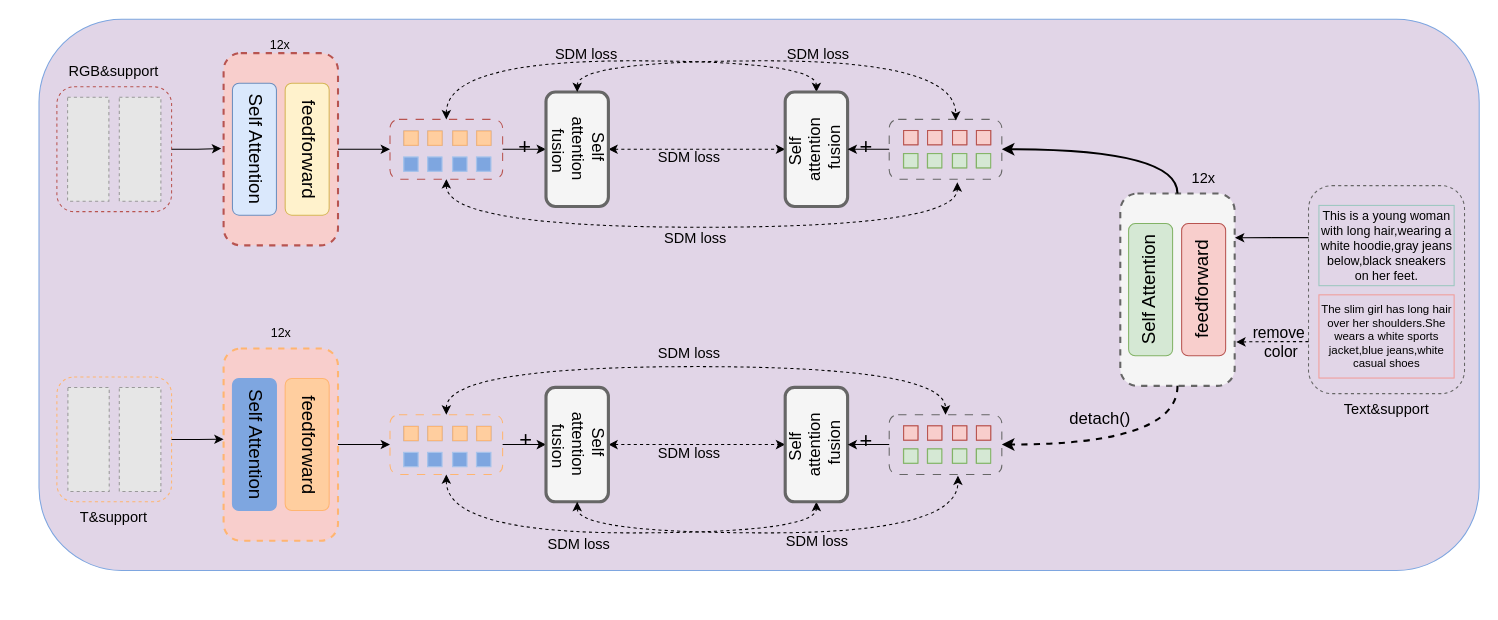
Earlier version of the draw.io diagram 12.10mlukd_teacher.drawio (CZYdeGithub/drawio). Source tidied: cells renumbered, new cells numbered last; positions are measured from the earlier drawing's top-left corner, leaving out a move shared by most shapes. Both pictures are drawn from the tidied source at 104%, with x=0, y=0 at pixel (38, 19). Pictures stored in the file or linked from it are replaced by grey dashed boxes.
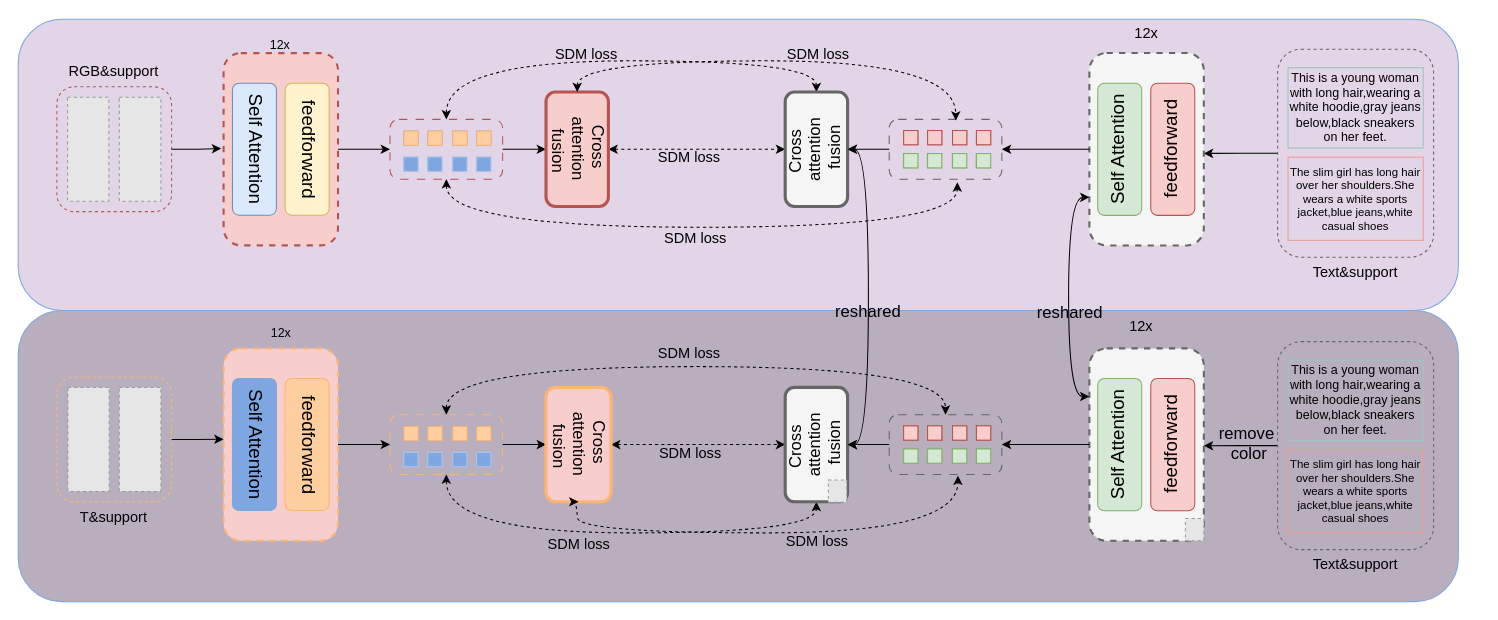
After the change.

The change refers to these unchanged cells:
```xml
<mxCell id="3" style="edgeStyle=orthogonalEdgeStyle;rounded=0;jettySize=auto;html=1;exitX=1;exitY=0.5;exitDx=0;exitDy=0;entryX=1;entryY=0.5;entryDx=0;entryDy=0;" parent="1" edge="1" source="7" target="12">
  <mxGeometry relative="1" as="geometry" />
</mxCell>
<mxCell id="23" style="rounded=1;whiteSpace=wrap;html=1;fillColor=#f5f5f5;strokeColor=#666666;dashed=1;strokeWidth=2;direction=west;fontColor=#333333;rotation=-180;" parent="22" vertex="1">
  <mxGeometry width="110" height="185" as="geometry" />
</mxCell>
<mxCell id="45" style="edgeStyle=orthogonalEdgeStyle;rounded=0;jettySize=auto;html=1;exitX=0;exitY=0.5;exitDx=0;exitDy=0;entryX=0;entryY=0.5;entryDx=0;entryDy=0;" parent="1" edge="1" source="47" target="13">
  <mxGeometry relative="1" as="geometry" />
</mxCell>
<mxCell id="47" style="rounded=1;whiteSpace=wrap;html=1;fillColor=none;strokeColor=#666666;dashed=1;dashPattern=8 8;" parent="1" vertex="1">
  <mxGeometry x="817.5" y="96.3" width="108.3" height="57.5" as="geometry" />
</mxCell>
<mxCell id="72" style="edgeStyle=orthogonalEdgeStyle;rounded=0;jettySize=auto;html=1;exitX=1;exitY=0.5;exitDx=0;exitDy=0;entryX=1;entryY=0.5;entryDx=0;entryDy=0;" parent="1" edge="1" source="76" target="79">
  <mxGeometry relative="1" as="geometry" />
</mxCell>
<mxCell id="102" style="edgeStyle=orthogonalEdgeStyle;rounded=0;jettySize=auto;html=1;exitX=0;exitY=0.5;exitDx=0;exitDy=0;entryX=0;entryY=0.5;entryDx=0;entryDy=0;" parent="1" edge="1" source="104" target="80">
  <mxGeometry relative="1" as="geometry" />
</mxCell>
<mxCell id="104" style="rounded=1;whiteSpace=wrap;html=1;fillColor=none;strokeColor=#666666;dashed=1;dashPattern=8 8;" parent="1" vertex="1">
  <mxGeometry x="817.5" y="380.2" width="108.3" height="57.5" as="geometry" />
</mxCell>
```

Change to the diagram source:
```diff
@@
+    <mxCell id="138" style="rounded=1;whiteSpace=wrap;html=1;fillColor=#B8AEBD;strokeColor=#7EA6E0;" parent="1" vertex="1">
+      <mxGeometry x="-20" y="280" width="1384.8" height="280" as="geometry" />
+    </mxCell>
     <mxCell id="2" style="rounded=1;whiteSpace=wrap;html=1;fillColor=#E1D5E7;strokeColor=#7EA6E0;" parent="1" vertex="1">
-      <mxGeometry width="1384.8" height="530" as="geometry" />
+      <mxGeometry x="-20" width="1384.8" height="280" as="geometry" />
     </mxCell>
@@
-    <mxCell id="4" value="+" style="edgeLabel;html=1;align=center;verticalAlign=middle;fontSize=21;labelBackgroundColor=none;" parent="3" vertex="1">
-      <mxGeometry x="0.07" y="-2" relative="1" as="geometry">
-        <mxPoint x="-1" y="-6" as="offset" />
-      </mxGeometry>
-    </mxCell>
@@
-    <mxCell id="8" style="edgeStyle=orthogonalEdgeStyle;rounded=0;jettySize=auto;html=1;exitX=0;exitY=0.25;exitDx=0;exitDy=0;" parent="1" edge="1" source="9">
-      <mxGeometry relative="1" as="geometry">
-        <mxPoint x="1150" y="210.1" as="targetPoint" />
-      </mxGeometry>
-    </mxCell>
+    <mxCell id="139" style="edgeStyle=orthogonalEdgeStyle;rounded=0;jettySize=auto;html=1;exitX=0;exitY=0.5;exitDx=0;exitDy=0;" parent="1" edge="1" source="9">
+      <mxGeometry relative="1" as="geometry">
+        <mxPoint x="1120" y="129" as="targetPoint" />
+      </mxGeometry>
+    </mxCell>
     <mxCell id="9" style="rounded=1;whiteSpace=wrap;html=1;fillColor=none;strokeColor=#666666;dashed=1;" parent="1" vertex="1">
-      <mxGeometry x="1220.7" y="160" width="150" height="200" as="geometry" />
+      <mxGeometry x="1191" y="28.8" width="150" height="200" as="geometry" />
     </mxCell>
@@
-    <mxCell id="12" value="Self&amp;nbsp;&lt;div&gt;attention&lt;/div&gt;&lt;div&gt;&amp;nbsp;fusion&lt;/div&gt;" style="rounded=1;whiteSpace=wrap;html=1;direction=west;textDirection=vertical-rl;fontSize=16;strokeColor=#666666;strokeWidth=3;fillColor=#f5f5f5;align=center;verticalAlign=middle;fontFamily=Helvetica;fontColor=default;" parent="1" vertex="1">
+    <mxCell id="12" value="Cross&amp;nbsp;&lt;div&gt;attention&lt;/div&gt;&lt;div&gt;&amp;nbsp;fusion&lt;/div&gt;" style="rounded=1;whiteSpace=wrap;html=1;direction=west;textDirection=vertical-rl;fontSize=16;strokeColor=#b85450;strokeWidth=3;fillColor=#f8cecc;align=center;verticalAlign=middle;fontFamily=Helvetica;fontColor=default;" parent="1" vertex="1">
       <mxGeometry x="487.5" y="70" width="60" height="110" as="geometry" />
     </mxCell>
+    <mxCell id="140" style="edgeStyle=orthogonalEdgeStyle;rounded=0;jettySize=auto;html=1;exitX=0;exitY=0.5;exitDx=0;exitDy=0;entryX=0;entryY=0.5;entryDx=0;entryDy=0;curved=1;startArrow=classic;startFill=1;" parent="1" edge="1" source="13" target="80">
+      <mxGeometry relative="1" as="geometry" />
+    </mxCell>
+    <mxCell id="141" value="reshared" style="edgeLabel;html=1;align=center;verticalAlign=middle;labelBackgroundColor=none;fontSize=16;" parent="140" vertex="1">
+      <mxGeometry x="-0.13" y="-1" relative="1" as="geometry">
+        <mxPoint y="34" as="offset" />
+      </mxGeometry>
+    </mxCell>
-    <mxCell id="13" value="Self&amp;nbsp;&lt;div&gt;attention&lt;/div&gt;&lt;div&gt;&amp;nbsp;fusion&lt;/div&gt;" style="rounded=1;whiteSpace=wrap;html=1;direction=east;textDirection=vertical-rl;fontSize=16;strokeColor=#666666;flipV=1;flipH=1;rotation=-180;strokeWidth=3;fillColor=#f5f5f5;" parent="1" vertex="1">
+    <mxCell id="13" value="Cross&amp;nbsp;&lt;div&gt;attention&lt;/div&gt;&lt;div&gt;&amp;nbsp;fusion&lt;/div&gt;" style="rounded=1;whiteSpace=wrap;html=1;direction=east;textDirection=vertical-rl;fontSize=16;strokeColor=#666666;flipV=1;flipH=1;rotation=-180;strokeWidth=3;fillColor=#f5f5f5;" parent="1" vertex="1">
       <mxGeometry x="717.5" y="70" width="60" height="110" as="geometry" />
     </mxCell>
@@
     <mxCell id="22" style="group;rotation=-180;fontSize=14;" parent="1" vertex="1">
-      <mxGeometry x="1039.7" y="167.5" width="110" height="185" as="geometry" />
+      <mxGeometry x="1010" y="32.5" width="110" height="185" as="geometry" />
     </mxCell>
@@
     <mxCell id="26" value="This is a young woman with long hair,wearing a white hoodie,gray jeans below,black sneakers on her feet." style="text;html=1;align=center;verticalAlign=middle;whiteSpace=wrap;rounded=0;strokeColor=#9AC7BF;fontSize=12;direction=south;" parent="1" vertex="1">
-      <mxGeometry x="1230.7" y="179" width="130" height="77.2" as="geometry" />
+      <mxGeometry x="1201" y="46.6" width="130" height="77.2" as="geometry" />
     </mxCell>
     <mxCell id="27" value="The slim girl has long hair over her shoulders.She wears a white sports jacket,blue jeans,white casual shoes" style="text;html=1;align=center;verticalAlign=middle;whiteSpace=wrap;rounded=0;strokeColor=#F19C99;fontSize=11;direction=south;" parent="1" vertex="1">
-      <mxGeometry x="1230.7" y="265" width="130" height="80" as="geometry" />
+      <mxGeometry x="1201" y="132.6" width="130" height="80" as="geometry" />
     </mxCell>
@@
-    <mxCell id="46" value="+" style="edgeLabel;html=1;align=center;verticalAlign=middle;fontSize=21;labelBackgroundColor=none;" parent="45" vertex="1">
-      <mxGeometry x="0.1" relative="1" as="geometry">
-        <mxPoint x="-1" y="-4" as="offset" />
-      </mxGeometry>
-    </mxCell>
@@
     <mxCell id="70" value="Text&amp;amp;support" style="text;html=1;align=center;verticalAlign=middle;whiteSpace=wrap;rounded=0;fontSize=14;" parent="1" vertex="1">
-      <mxGeometry x="1265.7" y="360" width="60" height="30" as="geometry" />
+      <mxGeometry x="1236" y="227.5" width="60" height="30" as="geometry" />
     </mxCell>
@@
-    <mxCell id="73" value="+" style="edgeLabel;html=1;align=center;verticalAlign=middle;fontSize=21;labelBackgroundColor=none;" parent="72" vertex="1">
-      <mxGeometry x="0.07" y="-2" relative="1" as="geometry">
-        <mxPoint y="-7" as="offset" />
-      </mxGeometry>
-    </mxCell>
@@
-    <mxCell id="79" value="Self&amp;nbsp;&lt;div&gt;attention&lt;/div&gt;&lt;div&gt;&amp;nbsp;fusion&lt;/div&gt;" style="rounded=1;whiteSpace=wrap;html=1;direction=west;textDirection=vertical-rl;fontSize=16;strokeColor=#666666;strokeWidth=3;fillColor=#f5f5f5;align=center;verticalAlign=middle;fontFamily=Helvetica;fontColor=default;" parent="1" vertex="1">
-      <mxGeometry x="487.5" y="354" width="60" height="110" as="geometry" />
+    <mxCell id="79" value="Cross&amp;nbsp;&lt;div&gt;attention&lt;/div&gt;&lt;div&gt;&amp;nbsp;fusion&lt;/div&gt;" style="rounded=1;whiteSpace=wrap;html=1;direction=west;textDirection=vertical-rl;fontSize=16;strokeColor=#ffb570;strokeWidth=3;fillColor=#f8cecc;align=center;verticalAlign=middle;fontFamily=Helvetica;fontColor=default;" parent="1" vertex="1">
+      <mxGeometry x="487.5" y="354" width="62.5" height="110" as="geometry" />
     </mxCell>
-    <mxCell id="80" value="Self&amp;nbsp;&lt;div&gt;attention&lt;/div&gt;&lt;div&gt;&amp;nbsp;fusion&lt;/div&gt;" style="rounded=1;whiteSpace=wrap;html=1;direction=east;textDirection=vertical-rl;fontSize=16;strokeColor=#666666;flipV=1;flipH=1;rotation=-180;strokeWidth=3;fillColor=#f5f5f5;" parent="1" vertex="1">
+    <mxCell id="80" value="Cross&amp;nbsp;&lt;div&gt;attention&lt;/div&gt;&lt;div&gt;&amp;nbsp;fusion&lt;/div&gt;" style="rounded=1;whiteSpace=wrap;html=1;direction=east;textDirection=vertical-rl;fontSize=16;strokeColor=#666666;flipV=1;flipH=1;rotation=-180;strokeWidth=3;fillColor=#f5f5f5;" parent="1" vertex="1">
       <mxGeometry x="717.5" y="354" width="60" height="110" as="geometry" />
     </mxCell>
@@
-    <mxCell id="103" value="+" style="edgeLabel;html=1;align=center;verticalAlign=middle;fontSize=21;labelBackgroundColor=none;" parent="102" vertex="1">
-      <mxGeometry x="0.1" relative="1" as="geometry">
-        <mxPoint x="-1" y="-4" as="offset" />
-      </mxGeometry>
-    </mxCell>
@@
     <mxCell id="132" value="12x" style="text;html=1;align=center;verticalAlign=middle;whiteSpace=wrap;rounded=0;fontSize=14;" parent="1" vertex="1">
-      <mxGeometry x="1089.7" y="137.5" width="60" height="30" as="geometry" />
+      <mxGeometry x="1035" y="-1.2" width="60" height="30" as="geometry" />
     </mxCell>
-    <mxCell id="133" style="edgeStyle=orthogonalEdgeStyle;rounded=0;jettySize=auto;html=1;exitX=0.5;exitY=0;exitDx=0;exitDy=0;entryX=1;entryY=0.5;entryDx=0;entryDy=0;curved=1;strokeWidth=2;" parent="1" edge="1" source="23" target="47">
+    <mxCell id="133" style="edgeStyle=orthogonalEdgeStyle;rounded=0;jettySize=auto;html=1;exitX=0;exitY=0.5;exitDx=0;exitDy=0;entryX=1;entryY=0.5;entryDx=0;entryDy=0;" parent="1" edge="1" source="23" target="47">
       <mxGeometry relative="1" as="geometry" />
     </mxCell>
-    <mxCell id="134" style="edgeStyle=orthogonalEdgeStyle;rounded=0;jettySize=auto;html=1;exitX=0.5;exitY=1;exitDx=0;exitDy=0;entryX=1;entryY=0.5;entryDx=0;entryDy=0;strokeWidth=2;curved=1;dashed=1;" parent="1" edge="1" source="23" target="104">
-      <mxGeometry relative="1" as="geometry" />
-    </mxCell>
-    <mxCell id="135" value="detach()" style="edgeLabel;html=1;align=center;verticalAlign=middle;labelBackgroundColor=none;fontSize=16;" parent="134" vertex="1">
-      <mxGeometry x="-0.81" y="-4" relative="1" as="geometry">
-        <mxPoint x="-71" y="10" as="offset" />
-      </mxGeometry>
-    </mxCell>
+    <mxCell id="142" style="edgeStyle=orthogonalEdgeStyle;rounded=0;jettySize=auto;html=1;exitX=0;exitY=0.5;exitDx=0;exitDy=0;" parent="1" edge="1" source="143">
+      <mxGeometry relative="1" as="geometry">
+        <mxPoint x="1120" y="410.2" as="targetPoint" />
+      </mxGeometry>
+    </mxCell>
-    <mxCell id="136" value="remove&lt;div&gt;&amp;nbsp;color&lt;/div&gt;" style="edgeLabel;html=1;align=center;verticalAlign=middle;labelBackgroundColor=none;fontSize=15;" parent="134" vertex="1">
-      <mxGeometry x="0.17" y="-31" relative="1" as="geometry">
-        <mxPoint x="172" y="-68" as="offset" />
+    <mxCell id="136" value="remove&lt;div&gt;&amp;nbsp;color&lt;div&gt;&lt;br&gt;&lt;/div&gt;&lt;/div&gt;" style="edgeLabel;html=1;align=center;verticalAlign=middle;labelBackgroundColor=none;fontSize=16;" parent="142" vertex="1">
+      <mxGeometry x="-0.25" y="1" relative="1" as="geometry">
+        <mxPoint x="-4" y="5" as="offset" />
       </mxGeometry>
     </mxCell>
-    <mxCell id="137" style="edgeStyle=orthogonalEdgeStyle;rounded=0;jettySize=auto;html=1;exitX=0;exitY=0.75;exitDx=0;exitDy=0;entryX=1.014;entryY=0.772;entryDx=0;entryDy=0;entryPerimeter=0;dashed=1;" parent="1" edge="1" source="9" target="23">
-      <mxGeometry relative="1" as="geometry" />
-    </mxCell>
+    <mxCell id="143" style="rounded=1;whiteSpace=wrap;html=1;fillColor=none;strokeColor=#666666;dashed=1;" parent="1" vertex="1">
+      <mxGeometry x="1191" y="310" width="150" height="200" as="geometry" />
+    </mxCell>
+    <mxCell id="144" style="group;rotation=-180;fontSize=14;" parent="1" vertex="1">
+      <mxGeometry x="1010" y="316.5" width="110" height="185" as="geometry" />
+    </mxCell>
+    <mxCell id="145" style="rounded=1;whiteSpace=wrap;html=1;fillColor=#f5f5f5;strokeColor=#666666;dashed=1;strokeWidth=2;direction=west;fontColor=#333333;rotation=-180;" parent="144" vertex="1">
+      <mxGeometry width="110" height="185" as="geometry" />
+    </mxCell>
+    <mxCell id="146" value="Self Attention" style="rounded=1;whiteSpace=wrap;html=1;textDirection=vertical-lr;fontSize=18;fillColor=#d5e8d4;strokeColor=#82b366;rotation=-180;" parent="144" vertex="1">
+      <mxGeometry x="8" y="29" width="42.3" height="127.1" as="geometry" />
+    </mxCell>
+    <mxCell id="147" value="feedforward" style="rounded=1;whiteSpace=wrap;html=1;textDirection=vertical-rl;fontSize=18;fillColor=#f8cecc;strokeColor=#b85450;rotation=-180;" parent="144" vertex="1">
+      <mxGeometry x="59" y="29" width="42.3" height="127.1" as="geometry" />
+    </mxCell>
+    <mxCell id="148" style="fillColor=#E6E6E6;strokeColor=#999999;dashed=1;verticalLabelPosition=bottom;labelBackgroundColor=default;verticalAlign=top;" parent="144" vertex="1">
+      <mxGeometry x="92.3" y="163.5" width="17.7" height="21.5" as="geometry" />
+    </mxCell>
+    <mxCell id="149" value="This is a young woman with long hair,wearing a white hoodie,gray jeans below,black sneakers on her feet." style="text;html=1;align=center;verticalAlign=middle;whiteSpace=wrap;rounded=0;strokeColor=#9AC7BF;fontSize=12;direction=south;" parent="1" vertex="1">
+      <mxGeometry x="1201" y="327.8" width="130" height="77.2" as="geometry" />
+    </mxCell>
+    <mxCell id="150" value="The slim girl has long hair over her shoulders.She wears a white sports jacket,blue jeans,white casual shoes" style="text;html=1;align=center;verticalAlign=middle;whiteSpace=wrap;rounded=0;strokeColor=#F19C99;fontSize=11;direction=south;" parent="1" vertex="1">
+      <mxGeometry x="1201" y="413.8" width="130" height="80" as="geometry" />
+    </mxCell>
+    <mxCell id="151" value="Text&amp;amp;support" style="text;html=1;align=center;verticalAlign=middle;whiteSpace=wrap;rounded=0;fontSize=14;" parent="1" vertex="1">
+      <mxGeometry x="1236" y="508.8" width="60" height="30" as="geometry" />
+    </mxCell>
+    <mxCell id="152" value="12x" style="text;html=1;align=center;verticalAlign=middle;whiteSpace=wrap;rounded=0;fontSize=14;" parent="1" vertex="1">
+      <mxGeometry x="1030" y="280" width="60" height="30" as="geometry" />
+    </mxCell>
+    <mxCell id="153" style="edgeStyle=orthogonalEdgeStyle;rounded=0;jettySize=auto;html=1;exitX=0;exitY=0.5;exitDx=0;exitDy=0;entryX=1;entryY=0.5;entryDx=0;entryDy=0;" parent="1" edge="1" source="145" target="104">
+      <mxGeometry relative="1" as="geometry" />
+    </mxCell>
+    <mxCell id="154" style="edgeStyle=orthogonalEdgeStyle;rounded=0;jettySize=auto;html=1;exitX=0;exitY=0.75;exitDx=0;exitDy=0;entryX=0;entryY=0.25;entryDx=0;entryDy=0;curved=1;startArrow=classic;startFill=1;" parent="1" edge="1" source="23" target="145">
+      <mxGeometry relative="1" as="geometry" />
+    </mxCell>
+    <mxCell id="155" value="reshared" style="edgeLabel;html=1;align=center;verticalAlign=middle;labelBackgroundColor=none;fontSize=16;" parent="154" vertex="1">
+      <mxGeometry x="-0.06" y="-3" relative="1" as="geometry">
+        <mxPoint x="3" y="21" as="offset" />
+      </mxGeometry>
+    </mxCell>
+    <mxCell id="156" style="fillColor=#E6E6E6;strokeColor=#999999;dashed=1;verticalLabelPosition=bottom;labelBackgroundColor=default;verticalAlign=top;" parent="1" vertex="1">
+      <mxGeometry x="759" y="443" width="17.7" height="21.5" as="geometry" />
+    </mxCell>
```
